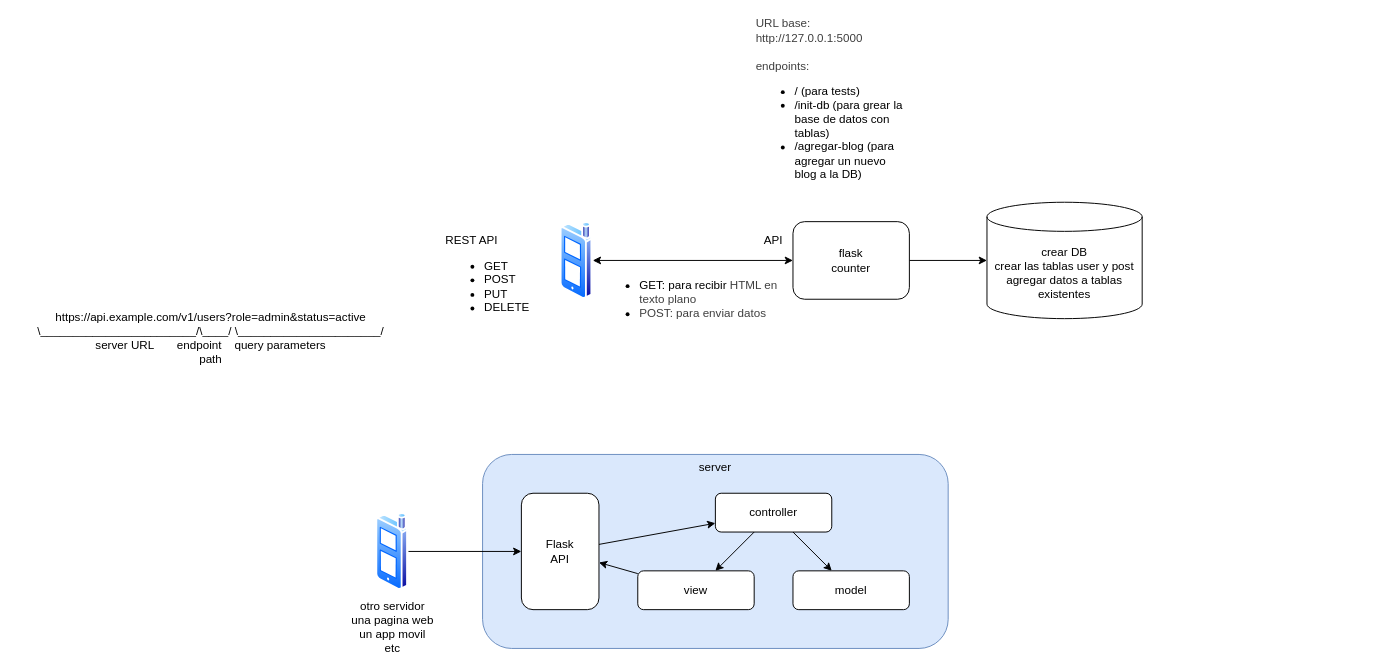
The draw.io diagram diagram.dio in josueelias9/cibertec-clase, before the edit. Source tidied: cells renumbered, new cells numbered last; positions are measured from the earlier drawing's top-left corner, leaving out a move shared by most shapes. Both pictures are drawn from the tidied source at 97%, with x=0, y=0 at pixel (16, 27).
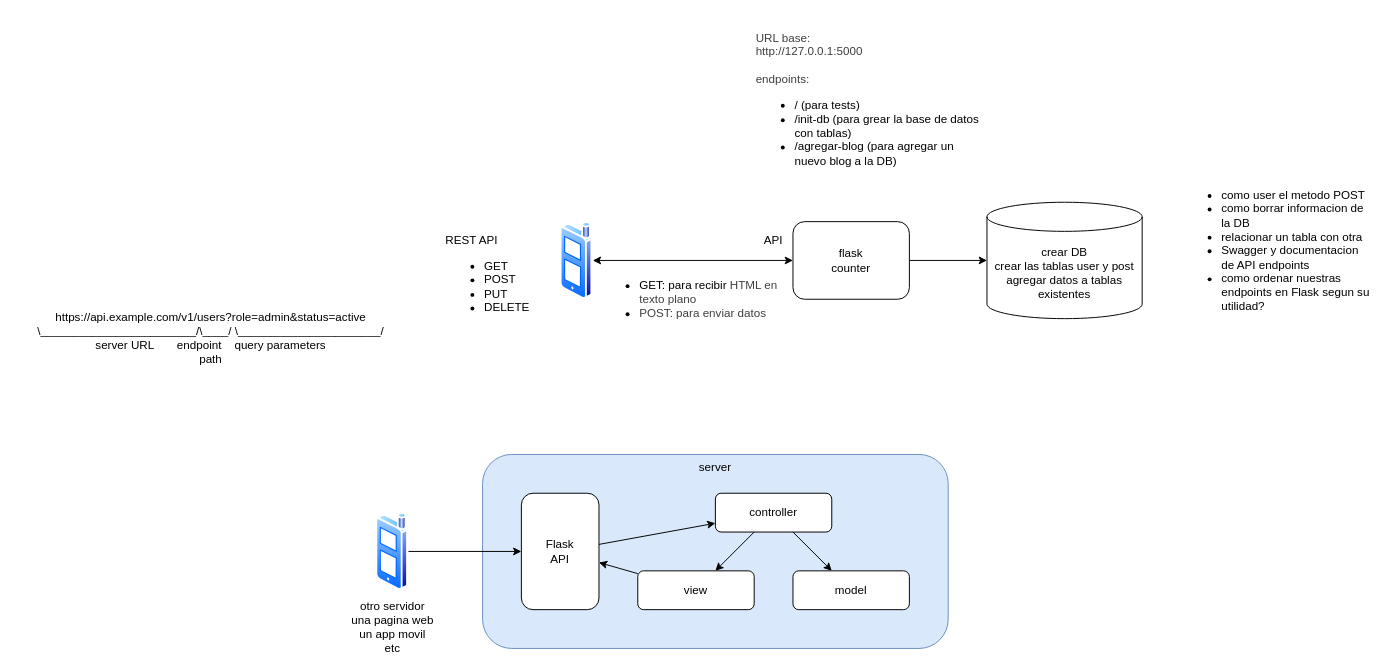
The same page after the edit.

What changed in the source:
```diff
@@
     <mxCell id="17" value="&lt;div&gt;&lt;span style=&quot;color: rgb(63, 63, 63); background-color: transparent;&quot;&gt;URL base:&lt;/span&gt;&lt;/div&gt;&lt;div&gt;&lt;span style=&quot;background-color: transparent; color: rgb(63, 63, 63);&quot;&gt;http://127.0.0.1:5000&lt;/span&gt;&lt;/div&gt;&lt;div&gt;&lt;span style=&quot;background-color: transparent; color: rgb(63, 63, 63);&quot;&gt;&lt;br&gt;&lt;/span&gt;&lt;/div&gt;&lt;span style=&quot;color: rgb(63, 63, 63); background-color: transparent;&quot;&gt;endpoints:&lt;/span&gt;&lt;br&gt;&lt;ul&gt;&lt;li&gt;/ (para tests)&lt;/li&gt;&lt;li&gt;/init-db (para grear la base de datos con tablas)&lt;br&gt;&lt;/li&gt;&lt;li&gt;/agregar-blog (para agregar un nuevo blog a la DB)&lt;/li&gt;&lt;/ul&gt;" style="text;html=1;align=left;verticalAlign=middle;whiteSpace=wrap;rounded=0;" parent="1" vertex="1">
-      <mxGeometry x="760" width="160" height="160" as="geometry" />
+      <mxGeometry x="760" width="240" height="160" as="geometry" />
     </mxCell>
@@
+    <mxCell id="23" value="&lt;ul&gt;&lt;li&gt;como user el metodo POST&lt;/li&gt;&lt;li&gt;como borrar informacion de la DB&lt;/li&gt;&lt;li&gt;relacionar un tabla con otra&lt;/li&gt;&lt;li&gt;Swagger y documentacion de API endpoints&lt;/li&gt;&lt;li&gt;como ordenar nuestras endpoints en Flask segun su utilidad?&lt;/li&gt;&lt;/ul&gt;" style="text;html=1;align=left;verticalAlign=middle;whiteSpace=wrap;rounded=0;" parent="1" vertex="1">
+      <mxGeometry x="1200" y="120" width="200" height="220" as="geometry" />
+    </mxCell>
```
